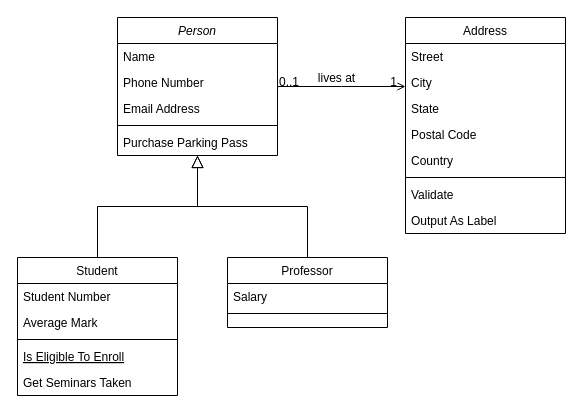
Above: LedSnake.drawio in r-smalec/LedSnake (draw.io), before the change. Source tidied: cells renumbered, new cells numbered last; positions are measured from the earlier drawing's top-left corner, leaving out a move shared by most shapes. Both pictures are drawn from the tidied source at 100%, with x=0, y=0 at pixel (17, 17).
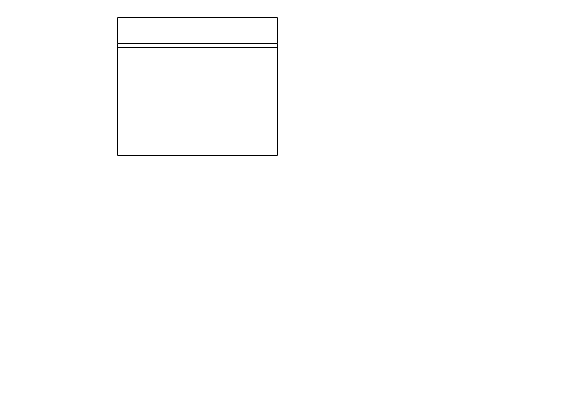
The same page after the edit.

Diff of the diagram source:
```diff
@@
-    <mxCell id="2" value="Person" style="swimlane;fontStyle=2;align=center;verticalAlign=top;horizontal=1;startSize=26;rounded=0;shadow=0;strokeWidth=1;" parent="1" vertex="1">
+    <mxCell id="2" style="swimlane;fontStyle=2;align=center;verticalAlign=top;horizontal=1;startSize=26;rounded=0;shadow=0;strokeWidth=1;" parent="1" vertex="1">
       <mxGeometry x="100" width="160" height="138" as="geometry" />
     </mxCell>
-    <mxCell id="3" value="Name" style="text;align=left;verticalAlign=top;spacingLeft=4;spacingRight=4;overflow=hidden;" parent="2" vertex="1">
-      <mxGeometry y="26" width="160" height="26" as="geometry" />
-    </mxCell>
-    <mxCell id="4" value="Phone Number" style="text;align=left;verticalAlign=top;spacingLeft=4;spacingRight=4;overflow=hidden;rounded=0;shadow=0;html=0;" parent="2" vertex="1">
-      <mxGeometry y="52" width="160" height="26" as="geometry" />
-    </mxCell>
-    <mxCell id="5" value="Email Address" style="text;align=left;verticalAlign=top;spacingLeft=4;spacingRight=4;overflow=hidden;rounded=0;shadow=0;html=0;" parent="2" vertex="1">
-      <mxGeometry y="78" width="160" height="26" as="geometry" />
-    </mxCell>
     <mxCell id="6" style="line;html=1;strokeWidth=1;align=left;verticalAlign=middle;spacingTop=-1;spacingLeft=3;spacingRight=3;labelPosition=right;" parent="2" vertex="1">
-      <mxGeometry y="104" width="160" height="8" as="geometry" />
+      <mxGeometry y="26" width="160" height="8" as="geometry" />
     </mxCell>
-    <mxCell id="7" value="Purchase Parking Pass" style="text;align=left;verticalAlign=top;spacingLeft=4;spacingRight=4;overflow=hidden;" parent="2" vertex="1">
-      <mxGeometry y="112" width="160" height="26" as="geometry" />
-    </mxCell>
-    <mxCell id="8" value="Student" style="swimlane;fontStyle=0;align=center;verticalAlign=top;horizontal=1;startSize=26;rounded=0;shadow=0;strokeWidth=1;" parent="1" vertex="1">
-      <mxGeometry y="240" width="160" height="138" as="geometry" />
-    </mxCell>
-    <mxCell id="9" value="Student Number" style="text;align=left;verticalAlign=top;spacingLeft=4;spacingRight=4;overflow=hidden;" parent="8" vertex="1">
-      <mxGeometry y="26" width="160" height="26" as="geometry" />
-    </mxCell>
-    <mxCell id="10" value="Average Mark" style="text;align=left;verticalAlign=top;spacingLeft=4;spacingRight=4;overflow=hidden;rounded=0;shadow=0;html=0;" parent="8" vertex="1">
-      <mxGeometry y="52" width="160" height="26" as="geometry" />
-    </mxCell>
-    <mxCell id="11" style="line;html=1;strokeWidth=1;align=left;verticalAlign=middle;spacingTop=-1;spacingLeft=3;spacingRight=3;labelPosition=right;" parent="8" vertex="1">
-      <mxGeometry y="78" width="160" height="8" as="geometry" />
-    </mxCell>
-    <mxCell id="12" value="Is Eligible To Enroll" style="text;align=left;verticalAlign=top;spacingLeft=4;spacingRight=4;overflow=hidden;fontStyle=4;" parent="8" vertex="1">
-      <mxGeometry y="86" width="160" height="26" as="geometry" />
-    </mxCell>
-    <mxCell id="13" value="Get Seminars Taken" style="text;align=left;verticalAlign=top;spacingLeft=4;spacingRight=4;overflow=hidden;" parent="8" vertex="1">
-      <mxGeometry y="112" width="160" height="26" as="geometry" />
-    </mxCell>
-    <mxCell id="14" style="endArrow=block;endSize=10;endFill=0;shadow=0;strokeWidth=1;rounded=0;edgeStyle=elbowEdgeStyle;elbow=vertical;" parent="1" edge="1" source="8" target="2">
-      <mxGeometry relative="1" as="geometry" />
-    </mxCell>
-    <mxCell id="15" value="Professor" style="swimlane;fontStyle=0;align=center;verticalAlign=top;horizontal=1;startSize=26;rounded=0;shadow=0;strokeWidth=1;" parent="1" vertex="1">
-      <mxGeometry x="210" y="240" width="160" height="70" as="geometry" />
-    </mxCell>
-    <mxCell id="16" value="Salary" style="text;align=left;verticalAlign=top;spacingLeft=4;spacingRight=4;overflow=hidden;" parent="15" vertex="1">
-      <mxGeometry y="26" width="160" height="26" as="geometry" />
-    </mxCell>
-    <mxCell id="17" style="line;html=1;strokeWidth=1;align=left;verticalAlign=middle;spacingTop=-1;spacingLeft=3;spacingRight=3;labelPosition=right;" parent="15" vertex="1">
-      <mxGeometry y="52" width="160" height="8" as="geometry" />
-    </mxCell>
-    <mxCell id="18" style="endArrow=block;endSize=10;endFill=0;shadow=0;strokeWidth=1;rounded=0;edgeStyle=elbowEdgeStyle;elbow=vertical;" parent="1" edge="1" source="15" target="2">
-      <mxGeometry relative="1" as="geometry" />
-    </mxCell>
-    <mxCell id="19" value="Address" style="swimlane;fontStyle=0;align=center;verticalAlign=top;horizontal=1;startSize=26;rounded=0;shadow=0;strokeWidth=1;" parent="1" vertex="1">
-      <mxGeometry x="388" width="160" height="216" as="geometry" />
-    </mxCell>
-    <mxCell id="20" value="Street" style="text;align=left;verticalAlign=top;spacingLeft=4;spacingRight=4;overflow=hidden;" parent="19" vertex="1">
-      <mxGeometry y="26" width="160" height="26" as="geometry" />
-    </mxCell>
-    <mxCell id="21" value="City" style="text;align=left;verticalAlign=top;spacingLeft=4;spacingRight=4;overflow=hidden;rounded=0;shadow=0;html=0;" parent="19" vertex="1">
-      <mxGeometry y="52" width="160" height="26" as="geometry" />
-    </mxCell>
-    <mxCell id="22" value="State" style="text;align=left;verticalAlign=top;spacingLeft=4;spacingRight=4;overflow=hidden;rounded=0;shadow=0;html=0;" parent="19" vertex="1">
-      <mxGeometry y="78" width="160" height="26" as="geometry" />
-    </mxCell>
-    <mxCell id="23" value="Postal Code" style="text;align=left;verticalAlign=top;spacingLeft=4;spacingRight=4;overflow=hidden;rounded=0;shadow=0;html=0;" parent="19" vertex="1">
-      <mxGeometry y="104" width="160" height="26" as="geometry" />
-    </mxCell>
-    <mxCell id="24" value="Country" style="text;align=left;verticalAlign=top;spacingLeft=4;spacingRight=4;overflow=hidden;rounded=0;shadow=0;html=0;" parent="19" vertex="1">
-      <mxGeometry y="130" width="160" height="26" as="geometry" />
-    </mxCell>
-    <mxCell id="25" style="line;html=1;strokeWidth=1;align=left;verticalAlign=middle;spacingTop=-1;spacingLeft=3;spacingRight=3;labelPosition=right;" parent="19" vertex="1">
-      <mxGeometry y="156" width="160" height="8" as="geometry" />
-    </mxCell>
-    <mxCell id="26" value="Validate" style="text;align=left;verticalAlign=top;spacingLeft=4;spacingRight=4;overflow=hidden;" parent="19" vertex="1">
-      <mxGeometry y="164" width="160" height="26" as="geometry" />
-    </mxCell>
-    <mxCell id="27" value="Output As Label" style="text;align=left;verticalAlign=top;spacingLeft=4;spacingRight=4;overflow=hidden;" parent="19" vertex="1">
-      <mxGeometry y="190" width="160" height="26" as="geometry" />
-    </mxCell>
-    <mxCell id="28" style="endArrow=open;shadow=0;strokeWidth=1;rounded=0;endFill=1;edgeStyle=elbowEdgeStyle;elbow=vertical;" parent="1" edge="1" source="2" target="19">
-      <mxGeometry x="0.5" y="41" relative="1" as="geometry">
-        <mxPoint x="-40" y="32" as="offset" />
-      </mxGeometry>
-    </mxCell>
-    <mxCell id="29" value="0..1" style="align=left;verticalAlign=bottom;labelBackgroundColor=none;fontSize=12;" parent="28" vertex="1">
-      <mxGeometry x="-1" relative="1" as="geometry">
-        <mxPoint y="4" as="offset" />
-      </mxGeometry>
-    </mxCell>
-    <mxCell id="30" value="1" style="align=right;verticalAlign=bottom;labelBackgroundColor=none;fontSize=12;" parent="28" vertex="1">
-      <mxGeometry x="1" relative="1" as="geometry">
-        <mxPoint x="-7" y="4" as="offset" />
-      </mxGeometry>
-    </mxCell>
-    <mxCell id="31" value="lives at" style="text;html=1;align=center;verticalAlign=middle;labelBackgroundColor=none;rounded=0;shadow=0;strokeWidth=1;fontSize=12;" parent="28" vertex="1">
-      <mxGeometry x="0.5" y="49" relative="1" as="geometry">
-        <mxPoint x="-38" y="40" as="offset" />
-      </mxGeometry>
-    </mxCell>
```
